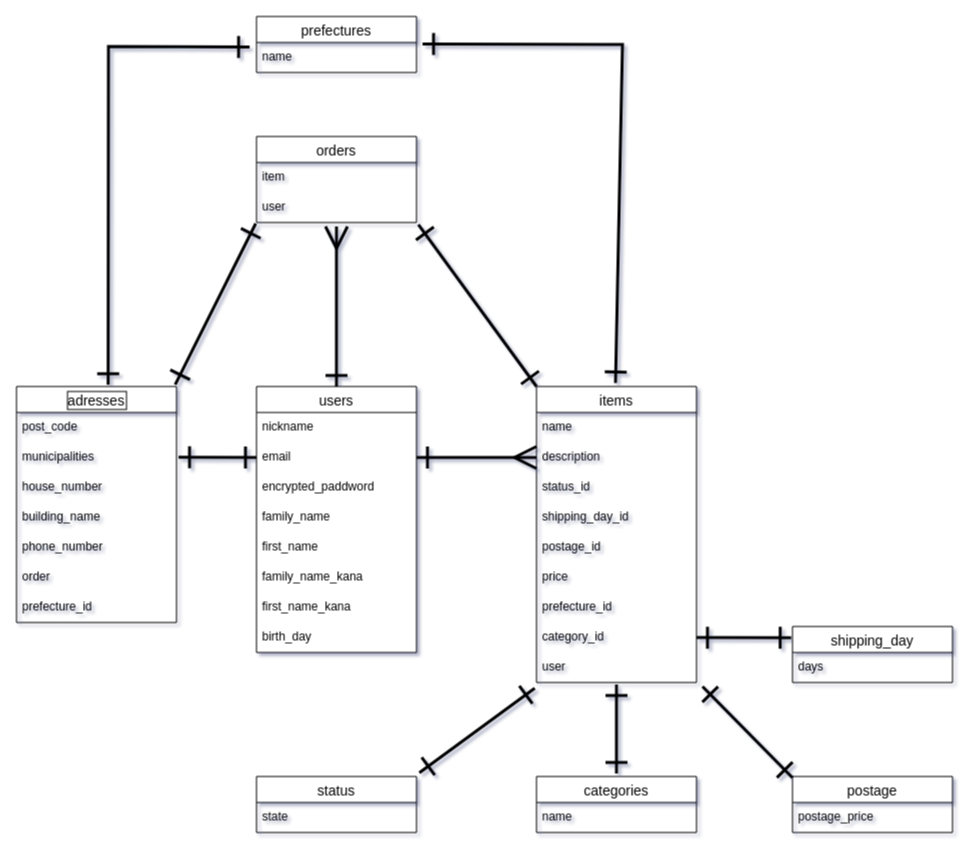
This is er.dio from sottaku-tatuki/furima-38270, a draw.io file, before an edit. Source tidied: cells renumbered, new cells numbered last; positions are measured from the earlier drawing's top-left corner, leaving out a move shared by most shapes. Both pictures are drawn from the tidied source at 100%, with x=0, y=0 at pixel (16, 16).
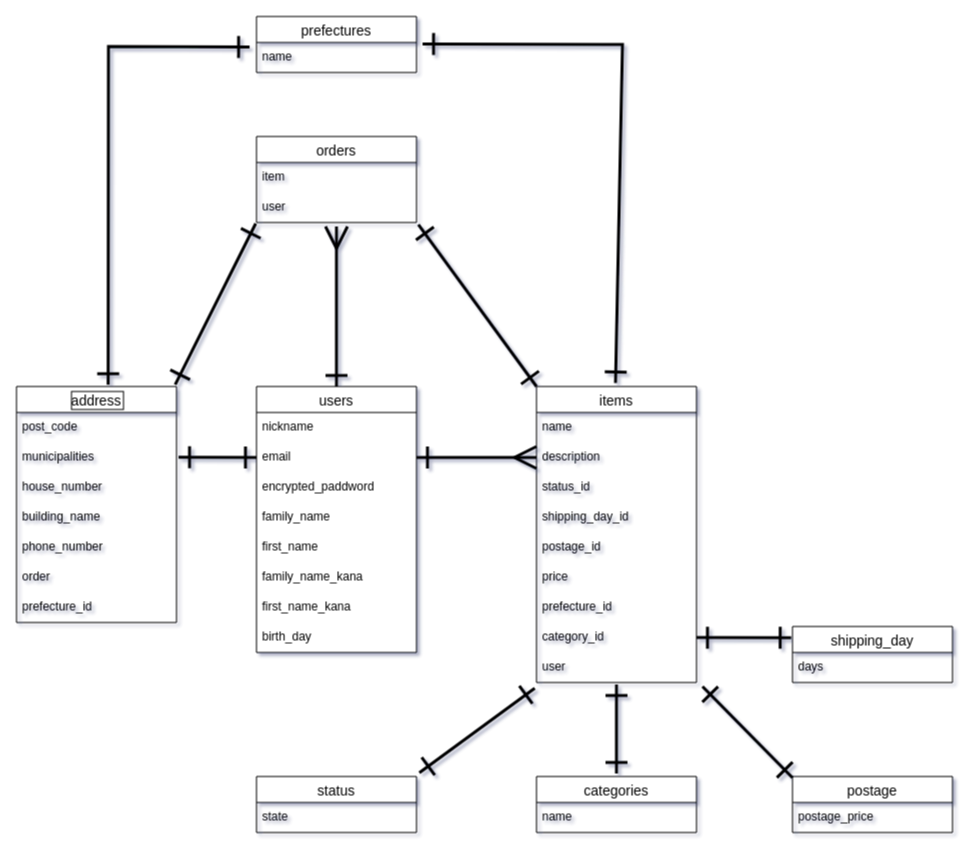
The same page after the edit.

The edit, as a diff of the source:
```diff
@@
-    <mxCell id="24" value="adresses" style="swimlane;fontStyle=0;horizontal=1;startSize=26;align=center;fontSize=14;labelBorderColor=default;" parent="1" vertex="1">
+    <mxCell id="24" value="address" style="swimlane;fontStyle=0;horizontal=1;startSize=26;align=center;fontSize=14;labelBorderColor=default;" parent="1" vertex="1">
       <mxGeometry y="370" width="160" height="236" as="geometry" />
     </mxCell>
```
